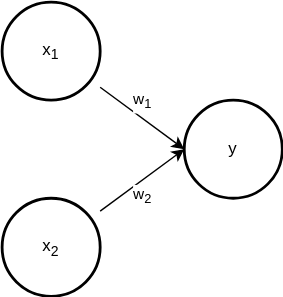
This is posts/introduction-to-deep-learning-day4/assets/4-1.drawio.svg from Aquaakuma/quarto_website, a draw.io export, as it was before one commit. Source tidied: cells renumbered, new cells last; positions are measured from the earlier drawing's top-left corner, leaving out a move shared by most shapes.
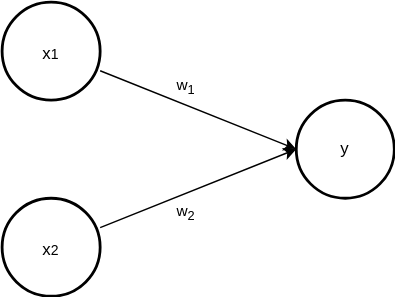
After the commit.

What changed in the source:
```diff
@@ -2,29 +2,29 @@
   <root>
     <mxCell id="0" />
     <mxCell id="1" parent="0" />
-    <mxCell id="2" value="x&lt;sub&gt;1&lt;/sub&gt;" style="strokeWidth=2;html=1;shape=mxgraph.flowchart.start_2;whiteSpace=wrap;fontFamily=Helvetica;" parent="1" vertex="1">
-      <mxGeometry width="70" height="70" as="geometry" />
-    </mxCell>
+    <mxCell id="4" value="&lt;sub&gt;&lt;span style=&quot;font-size: 12px;&quot;&gt;x&lt;/span&gt;1&lt;/sub&gt;" style="strokeWidth=2;html=1;shape=mxgraph.flowchart.start_2;whiteSpace=wrap;" parent="1" vertex="1">
+      <mxGeometry x="210" width="70" height="70" as="geometry" />
+    </mxCell>
-    <mxCell id="3" value="x&lt;sub&gt;2&lt;/sub&gt;" style="strokeWidth=2;html=1;shape=mxgraph.flowchart.start_2;whiteSpace=wrap;" parent="1" vertex="1">
-      <mxGeometry y="140" width="70" height="70" as="geometry" />
+    <mxCell id="3" value="&lt;sub&gt;&lt;span style=&quot;font-size: 12px;&quot;&gt;x&lt;/span&gt;2&lt;/sub&gt;" style="strokeWidth=2;html=1;shape=mxgraph.flowchart.start_2;whiteSpace=wrap;" parent="1" vertex="1">
+      <mxGeometry x="210" y="140" width="70" height="70" as="geometry" />
     </mxCell>
-    <mxCell id="4" value="y" style="strokeWidth=2;html=1;shape=mxgraph.flowchart.start_2;whiteSpace=wrap;" parent="1" vertex="1">
-      <mxGeometry x="130" y="70" width="70" height="70" as="geometry" />
-    </mxCell>
-    <mxCell id="5" style="rounded=0;jettySize=auto;html=1;entryX=0;entryY=0.5;entryDx=0;entryDy=0;entryPerimeter=0;" parent="1" edge="1" source="2" target="4">
-      <mxGeometry relative="1" as="geometry" />
-    </mxCell>
+    <mxCell id="9" value="y" style="strokeWidth=2;html=1;shape=mxgraph.flowchart.start_2;whiteSpace=wrap;" parent="1" vertex="1">
+      <mxGeometry x="420" y="70" width="70" height="70" as="geometry" />
+    </mxCell>
+    <mxCell id="10" style="rounded=0;jettySize=auto;html=1;entryX=0;entryY=0.5;entryDx=0;entryDy=0;entryPerimeter=0;" parent="1" edge="1" source="4" target="9">
+      <mxGeometry relative="1" as="geometry" />
+    </mxCell>
-    <mxCell id="6" value="w&lt;sub&gt;1&lt;/sub&gt;" style="edgeLabel;html=1;align=center;verticalAlign=middle;" parent="5" vertex="1">
-      <mxGeometry x="-0.01" relative="1" as="geometry">
+    <mxCell id="6" value="w&lt;sub&gt;1&lt;/sub&gt;" style="edgeLabel;html=1;align=center;verticalAlign=middle;" parent="10" vertex="1">
+      <mxGeometry x="-0.13" y="1" relative="1" as="geometry">
         <mxPoint y="-12" as="offset" />
       </mxGeometry>
     </mxCell>
-    <mxCell id="7" style="rounded=0;jettySize=auto;html=1;entryX=0;entryY=0.5;entryDx=0;entryDy=0;entryPerimeter=0;" parent="1" edge="1" source="3" target="4">
-      <mxGeometry relative="1" as="geometry" />
-    </mxCell>
+    <mxCell id="11" style="rounded=0;jettySize=auto;html=1;entryX=0;entryY=0.5;entryDx=0;entryDy=0;entryPerimeter=0;" parent="1" edge="1" source="3" target="9">
+      <mxGeometry relative="1" as="geometry" />
+    </mxCell>
-    <mxCell id="8" value="w&lt;sub&gt;2&lt;/sub&gt;" style="edgeLabel;html=1;align=center;verticalAlign=middle;" parent="7" vertex="1">
-      <mxGeometry x="-0.01" relative="1" as="geometry">
-        <mxPoint y="11" as="offset" />
+    <mxCell id="8" value="w&lt;sub&gt;2&lt;/sub&gt;" style="edgeLabel;html=1;align=center;verticalAlign=middle;" parent="11" vertex="1">
+      <mxGeometry x="-0.02" y="-2" relative="1" as="geometry">
+        <mxPoint x="-9" y="15" as="offset" />
       </mxGeometry>
     </mxCell>
   </root>
```
